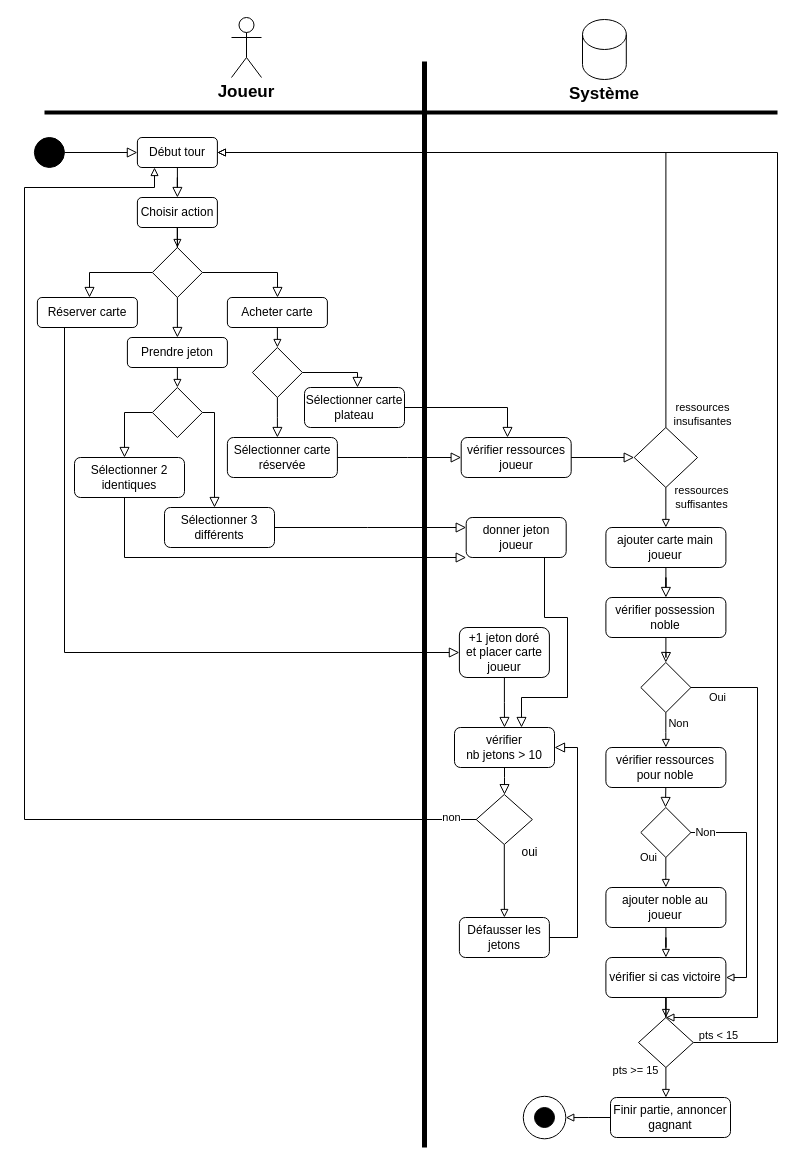
The draw.io diagram Diagrammes/diagramme activité jouer partie.drawio in Igniiis/projet_splendor, before the edit. Source tidied: cells renumbered, new cells numbered last; positions are measured from the earlier drawing's top-left corner, leaving out a move shared by most shapes. Both pictures are drawn from the tidied source at 100%, with x=0, y=0 at pixel (24, 17).
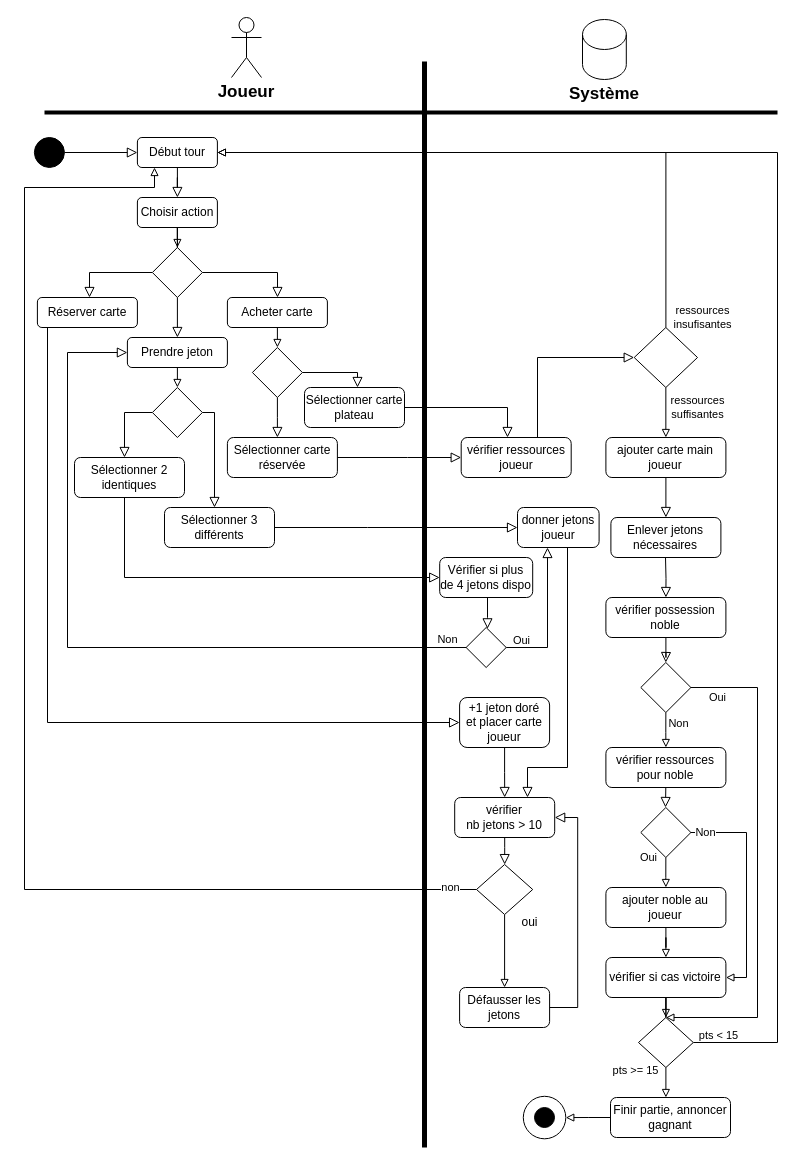
The same diagram, later.

Commit message:
Mettre à jour diagramme activité jouer partie.drawio

The change refers to these unchanged cells:
```xml
<mxCell id="11" value="Prendre jeton" style="rounded=1;whiteSpace=wrap;html=1;fontSize=12;glass=0;strokeWidth=1;shadow=0;" parent="1" vertex="1">
  <mxGeometry x="102.9" y="320" width="100" height="30" as="geometry" />
</mxCell>
<mxCell id="13" value="Réserver carte" style="rounded=1;whiteSpace=wrap;html=1;fontSize=12;glass=0;strokeWidth=1;shadow=0;" parent="1" vertex="1">
  <mxGeometry x="12.9" y="280" width="100" height="30" as="geometry" />
</mxCell>
<mxCell id="19" value="vérifier ressources joueur" style="rounded=1;whiteSpace=wrap;html=1;fontSize=12;glass=0;strokeWidth=1;shadow=0;" parent="1" vertex="1">
  <mxGeometry x="436.7" y="420" width="110" height="40" as="geometry" />
</mxCell>
<mxCell id="29" value="vérifier possession noble" style="rounded=1;whiteSpace=wrap;html=1;fontSize=12;glass=0;strokeWidth=1;shadow=0;" parent="1" vertex="1">
  <mxGeometry x="581.4" y="580" width="120" height="40" as="geometry" />
</mxCell>
<mxCell id="50" value="Sélectionner 2 identiques" style="rounded=1;whiteSpace=wrap;html=1;fontSize=12;glass=0;strokeWidth=1;shadow=0;" parent="1" vertex="1">
  <mxGeometry x="50" y="440" width="110" height="40" as="geometry" />
</mxCell>
<mxCell id="66" value="Début tour" style="rounded=1;whiteSpace=wrap;html=1;fontSize=12;glass=0;strokeWidth=1;shadow=0;" parent="1" vertex="1">
  <mxGeometry x="112.9" y="120" width="80" height="30" as="geometry" />
</mxCell>
```

The edit, as a diff of the source:
```diff
@@
     <mxCell id="24" value="ressources &lt;br&gt;suffisantes" style="edgeStyle=orthogonalEdgeStyle;rounded=0;jettySize=auto;html=1;exitX=0.5;exitY=1;exitDx=0;exitDy=0;endArrow=block;endFill=0;" parent="1" edge="1" source="25" target="27">
-      <mxGeometry x="-0.5" y="36" relative="1" as="geometry" />
+      <mxGeometry x="-0.2" y="32" relative="1" as="geometry" />
     </mxCell>
     <mxCell id="25" style="rhombus;whiteSpace=wrap;html=1;shadow=0;fontFamily=Helvetica;fontSize=12;align=center;strokeWidth=1;spacing=6;spacingTop=-4;" parent="1" vertex="1">
-      <mxGeometry x="609.7" y="410" width="63.3" height="60" as="geometry" />
+      <mxGeometry x="609.7" y="310" width="63.3" height="60" as="geometry" />
     </mxCell>
     <mxCell id="26" style="edgeStyle=orthogonalEdgeStyle;rounded=0;html=1;jettySize=auto;fontSize=11;endArrow=block;endFill=0;endSize=8;strokeWidth=1;shadow=0;labelBackgroundColor=none;" parent="1" edge="1" source="19" target="25">
-      <mxGeometry y="10" relative="1" as="geometry" />
+      <mxGeometry y="10" relative="1" as="geometry">
+        <Array as="points">
+          <mxPoint x="513" y="340" />
+        </Array>
+      </mxGeometry>
     </mxCell>
     <mxCell id="27" value="ajouter carte main joueur" style="rounded=1;whiteSpace=wrap;html=1;fontSize=12;glass=0;strokeWidth=1;shadow=0;" parent="1" vertex="1">
-      <mxGeometry x="581.4" y="510" width="120" height="40" as="geometry" />
+      <mxGeometry x="581.4" y="420" width="120" height="40" as="geometry" />
     </mxCell>
-    <mxCell id="28" style="rounded=0;html=1;jettySize=auto;fontSize=11;endArrow=block;endFill=0;endSize=8;strokeWidth=1;shadow=0;labelBackgroundColor=none;edgeStyle=orthogonalEdgeStyle;" parent="1" edge="1" source="27" target="29">
-      <mxGeometry x="0.33" y="20" relative="1" as="geometry" />
+    <mxCell id="28" style="rounded=0;html=1;jettySize=auto;fontSize=11;endArrow=block;endFill=0;endSize=8;strokeWidth=1;shadow=0;labelBackgroundColor=none;edgeStyle=orthogonalEdgeStyle;" parent="1" edge="1" target="29">
+      <mxGeometry x="0.33" y="20" relative="1" as="geometry">
+        <mxPoint x="641" y="540" as="sourcePoint" />
+      </mxGeometry>
     </mxCell>
@@
     <mxCell id="53" value="vérifier &lt;br&gt;nb jetons &amp;gt; 10" style="rounded=1;whiteSpace=wrap;html=1;fontSize=12;glass=0;strokeWidth=1;shadow=0;" parent="1" vertex="1">
-      <mxGeometry x="430" y="710" width="100" height="40" as="geometry" />
+      <mxGeometry x="430.2" y="780" width="100" height="40" as="geometry" />
     </mxCell>
@@
-    <mxCell id="55" style="rounded=0;html=1;jettySize=auto;fontSize=11;endArrow=block;endFill=0;endSize=8;strokeWidth=1;shadow=0;labelBackgroundColor=none;edgeStyle=orthogonalEdgeStyle;" parent="1" edge="1" source="50" target="62">
+    <mxCell id="55" style="rounded=0;html=1;jettySize=auto;fontSize=11;endArrow=block;endFill=0;endSize=8;strokeWidth=1;shadow=0;labelBackgroundColor=none;edgeStyle=orthogonalEdgeStyle;" parent="1" edge="1" source="50" target="80">
       <mxGeometry y="20" relative="1" as="geometry">
         <Array as="points">
-          <mxPoint x="100" y="540" />
+          <mxPoint x="100" y="560" />
         </Array>
       </mxGeometry>
     </mxCell>
     <mxCell id="56" value="non" style="edgeStyle=orthogonalEdgeStyle;rounded=0;jettySize=auto;html=1;endArrow=block;endFill=0;" parent="1" edge="1" source="58" target="66">
       <mxGeometry x="-0.96" y="-2" relative="1" as="geometry">
         <Array as="points">
-          <mxPoint y="802" />
+          <mxPoint y="872" />
           <mxPoint y="170" />
           <mxPoint x="130" y="170" />
         </Array>
       </mxGeometry>
     </mxCell>
@@
     <mxCell id="58" style="rhombus;whiteSpace=wrap;html=1;shadow=0;fontFamily=Helvetica;fontSize=12;align=center;strokeWidth=1;spacing=6;spacingTop=-4;" parent="1" vertex="1">
-      <mxGeometry x="451.7" y="777" width="56.2" height="50" as="geometry" />
+      <mxGeometry x="452" y="847" width="56.2" height="50" as="geometry" />
     </mxCell>
     <mxCell id="59" style="edgeStyle=orthogonalEdgeStyle;rounded=0;html=1;jettySize=auto;fontSize=11;endArrow=block;endFill=0;endSize=8;strokeWidth=1;shadow=0;labelBackgroundColor=none;" parent="1" edge="1" source="53" target="58">
       <mxGeometry y="10" relative="1" as="geometry">
         <Array as="points">
-          <mxPoint x="480" y="760" />
-          <mxPoint x="480" y="760" />
+          <mxPoint x="480.2" y="830" />
+          <mxPoint x="480.2" y="830" />
         </Array>
       </mxGeometry>
     </mxCell>
     <mxCell id="60" style="edgeStyle=orthogonalEdgeStyle;rounded=0;html=1;jettySize=auto;fontSize=11;endArrow=block;endFill=0;endSize=8;strokeWidth=1;shadow=0;labelBackgroundColor=none;" parent="1" edge="1" source="64" target="53">
       <mxGeometry y="10" relative="1" as="geometry">
         <Array as="points">
-          <mxPoint x="553" y="920" />
-          <mxPoint x="553" y="730" />
+          <mxPoint x="553.2" y="990" />
+          <mxPoint x="553.2" y="800" />
         </Array>
       </mxGeometry>
     </mxCell>
     <mxCell id="61" style="rounded=0;html=1;jettySize=auto;fontSize=11;endArrow=block;endFill=0;endSize=8;strokeWidth=1;shadow=0;labelBackgroundColor=none;edgeStyle=orthogonalEdgeStyle;" parent="1" edge="1" source="13" target="78">
       <mxGeometry y="20" relative="1" as="geometry">
         <Array as="points">
-          <mxPoint x="40" y="635" />
+          <mxPoint x="23" y="705" />
         </Array>
       </mxGeometry>
     </mxCell>
-    <mxCell id="62" value="donner jeton joueur" style="rounded=1;whiteSpace=wrap;html=1;fontSize=12;glass=0;strokeWidth=1;shadow=0;" parent="1" vertex="1">
-      <mxGeometry x="441.7" y="500" width="100" height="40" as="geometry" />
+    <mxCell id="62" value="donner jetons joueur" style="rounded=1;whiteSpace=wrap;html=1;fontSize=12;glass=0;strokeWidth=1;shadow=0;" parent="1" vertex="1">
+      <mxGeometry x="493" y="490" width="81.6" height="40" as="geometry" />
     </mxCell>
@@
     <mxCell id="64" value="Défausser les jetons" style="rounded=1;whiteSpace=wrap;html=1;fontSize=12;glass=0;strokeWidth=1;shadow=0;" parent="1" vertex="1">
-      <mxGeometry x="434.9" y="900" width="90" height="40" as="geometry" />
+      <mxGeometry x="435.1" y="970" width="90" height="40" as="geometry" />
     </mxCell>
     <mxCell id="65" style="rounded=0;html=1;jettySize=auto;fontSize=11;endArrow=block;endFill=0;endSize=8;strokeWidth=1;shadow=0;labelBackgroundColor=none;edgeStyle=orthogonalEdgeStyle;" parent="1" edge="1" source="62" target="53">
       <mxGeometry y="20" relative="1" as="geometry">
         <Array as="points">
-          <mxPoint x="520" y="600" />
-          <mxPoint x="543" y="600" />
-          <mxPoint x="543" y="680" />
-          <mxPoint x="497" y="680" />
+          <mxPoint x="543" y="750" />
+          <mxPoint x="503" y="750" />
         </Array>
       </mxGeometry>
     </mxCell>
@@
     <mxCell id="78" value="+1 jeton doré&lt;br&gt;et placer carte joueur" style="rounded=1;whiteSpace=wrap;html=1;fontSize=12;glass=0;strokeWidth=1;shadow=0;" parent="1" vertex="1">
-      <mxGeometry x="434.9" y="610" width="90" height="50" as="geometry" />
+      <mxGeometry x="435.1" y="680" width="90" height="50" as="geometry" />
     </mxCell>
     <mxCell id="79" value="oui" style="text;html=1;align=center;verticalAlign=middle;strokeColor=none;fillColor=none;" parent="1" vertex="1">
-      <mxGeometry x="484.9" y="820" width="40" height="30" as="geometry" />
+      <mxGeometry x="485.1" y="890" width="40" height="30" as="geometry" />
     </mxCell>
+    <mxCell id="80" value="Vérifier si plus de 4 jetons dispo" style="rounded=1;whiteSpace=wrap;html=1;fontSize=12;glass=0;strokeWidth=1;shadow=0;" parent="1" vertex="1">
+      <mxGeometry x="415.2" y="540" width="93" height="40" as="geometry" />
+    </mxCell>
+    <mxCell id="81" style="rhombus;whiteSpace=wrap;html=1;shadow=0;fontFamily=Helvetica;fontSize=12;align=center;strokeWidth=1;spacing=6;spacingTop=-4;" parent="1" vertex="1">
+      <mxGeometry x="441.6" y="610" width="40.1" height="40" as="geometry" />
+    </mxCell>
+    <mxCell id="82" style="rounded=0;html=1;jettySize=auto;fontSize=11;endArrow=block;endFill=0;endSize=8;strokeWidth=1;shadow=0;labelBackgroundColor=none;edgeStyle=orthogonalEdgeStyle;" parent="1" edge="1" source="80" target="81">
+      <mxGeometry y="20" relative="1" as="geometry">
+        <Array as="points">
+          <mxPoint x="463" y="600" />
+          <mxPoint x="463" y="600" />
+        </Array>
+      </mxGeometry>
+    </mxCell>
+    <mxCell id="83" style="rounded=0;html=1;jettySize=auto;fontSize=11;endArrow=block;endFill=0;endSize=8;strokeWidth=1;shadow=0;labelBackgroundColor=none;edgeStyle=orthogonalEdgeStyle;" parent="1" edge="1" source="81" target="11">
+      <mxGeometry y="20" relative="1" as="geometry">
+        <Array as="points">
+          <mxPoint x="43" y="630" />
+          <mxPoint x="43" y="335" />
+        </Array>
+      </mxGeometry>
+    </mxCell>
+    <mxCell id="84" value="Non" style="edgeLabel;html=1;align=center;verticalAlign=middle;" parent="83" vertex="1">
+      <mxGeometry x="-0.22" relative="1" as="geometry">
+        <mxPoint x="275" y="-9" as="offset" />
+      </mxGeometry>
+    </mxCell>
+    <mxCell id="85" style="edgeStyle=orthogonalEdgeStyle;rounded=0;html=1;jettySize=auto;fontSize=11;endArrow=block;endFill=0;endSize=8;strokeWidth=1;shadow=0;labelBackgroundColor=none;" parent="1" edge="1" source="81" target="62">
+      <mxGeometry y="10" relative="1" as="geometry">
+        <Array as="points">
+          <mxPoint x="523" y="630" />
+        </Array>
+      </mxGeometry>
+    </mxCell>
+    <mxCell id="86" value="Oui" style="edgeLabel;html=1;align=center;verticalAlign=middle;" parent="85" vertex="1">
+      <mxGeometry x="-0.53" y="-1" relative="1" as="geometry">
+        <mxPoint x="-18" y="-9" as="offset" />
+      </mxGeometry>
+    </mxCell>
+    <mxCell id="87" value="Enlever jetons nécessaires" style="rounded=1;whiteSpace=wrap;html=1;fontSize=12;glass=0;strokeWidth=1;shadow=0;" parent="1" vertex="1">
+      <mxGeometry x="586.4" y="500" width="110" height="40" as="geometry" />
+    </mxCell>
+    <mxCell id="88" style="rounded=0;html=1;jettySize=auto;fontSize=11;endArrow=block;endFill=0;endSize=8;strokeWidth=1;shadow=0;labelBackgroundColor=none;edgeStyle=orthogonalEdgeStyle;" parent="1" edge="1" source="27" target="87">
+      <mxGeometry x="0.33" y="20" relative="1" as="geometry" />
+    </mxCell>
```
